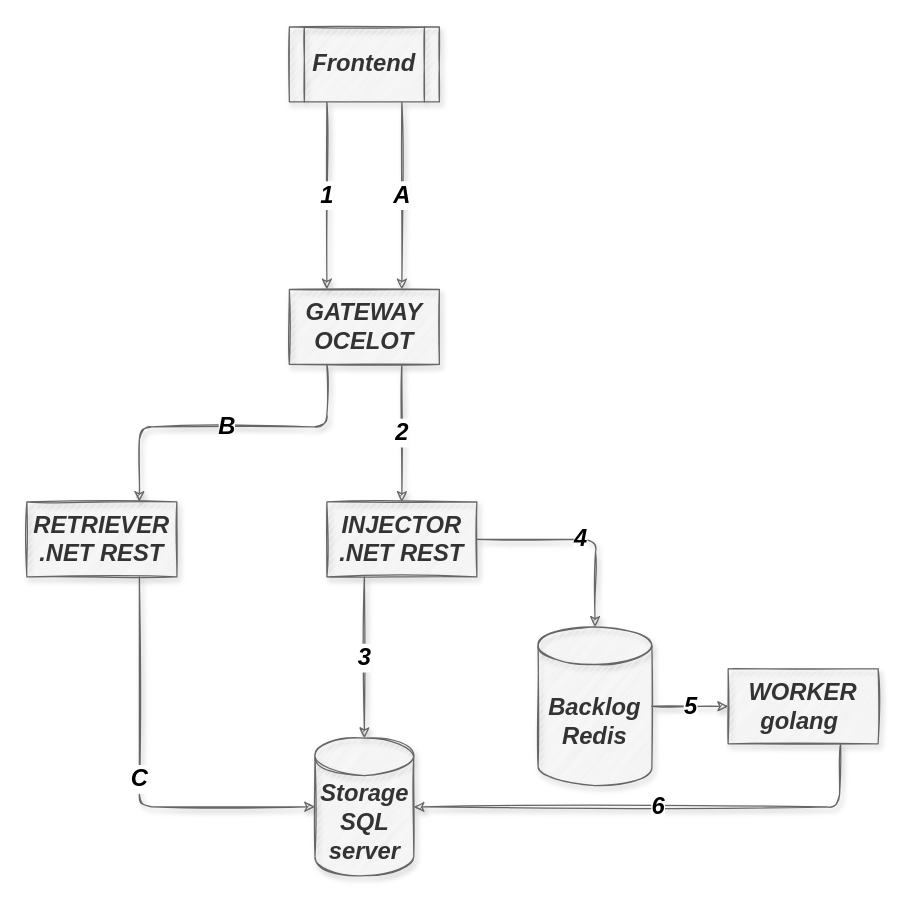
Earlier version of the draw.io diagram Architecture.drawio (mes1234/Organizer). Source tidied: cells renumbered, new cells numbered last; positions are measured from the earlier drawing's top-left corner, leaving out a move shared by most shapes. Both pictures are drawn from the tidied source at 125%, with x=0, y=0 at pixel (26, 26).
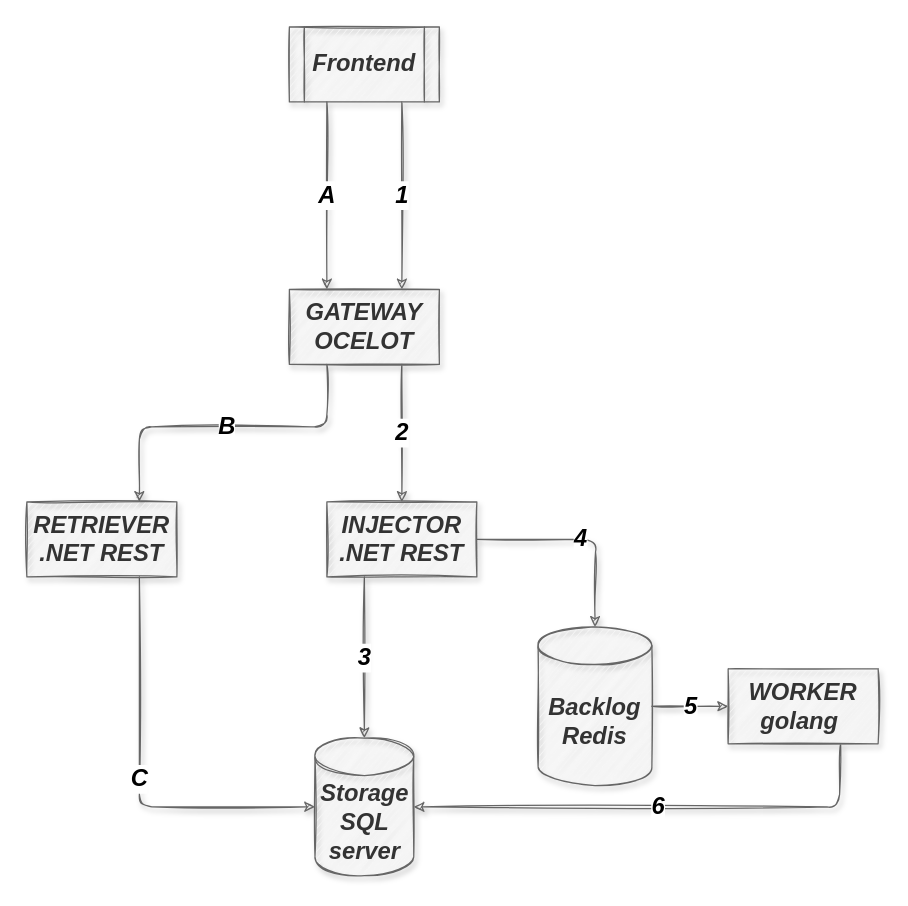
After the change.

Unchanged cells that the change refers to:
```xml
<mxCell id="4" value="Frontend" style="shape=process;whiteSpace=wrap;html=1;backgroundOutline=1;shadow=1;sketch=1;labelBackgroundColor=none;fontSize=19;fontColor=#333333;fillColor=#f5f5f5;strokeColor=#666666;fontStyle=3;" parent="1" vertex="1">
  <mxGeometry x="210" width="120" height="60" as="geometry" />
</mxCell>
<mxCell id="10" value="GATEWAY&lt;br&gt;OCELOT" style="rounded=0;whiteSpace=wrap;html=1;shadow=1;sketch=1;labelBackgroundColor=none;fontSize=19;fontColor=#333333;fillColor=#f5f5f5;strokeColor=#666666;fontStyle=3;" parent="1" vertex="1">
  <mxGeometry x="210" y="210" width="120" height="60" as="geometry" />
</mxCell>
```

The edit, as a diff of the source:
```diff
@@
-    <mxCell id="2" value="1" style="edgeStyle=none;html=1;exitX=0.25;exitY=1;exitDx=0;exitDy=0;entryX=0.25;entryY=0;entryDx=0;entryDy=0;shadow=1;sketch=1;fontSize=19;fontColor=#000000;fillColor=#f5f5f5;strokeColor=#666666;fontStyle=3;labelBackgroundColor=#FFFFFF;" parent="1" edge="1" source="4" target="10">
+    <mxCell id="2" value="A" style="edgeStyle=none;html=1;exitX=0.25;exitY=1;exitDx=0;exitDy=0;entryX=0.25;entryY=0;entryDx=0;entryDy=0;shadow=1;sketch=1;fontSize=19;fontColor=#000000;fillColor=#f5f5f5;strokeColor=#666666;fontStyle=3;labelBackgroundColor=#FFFFFF;" parent="1" edge="1" source="4" target="10">
       <mxGeometry relative="1" as="geometry" />
     </mxCell>
-    <mxCell id="3" value="A" style="edgeStyle=none;html=1;exitX=0.75;exitY=1;exitDx=0;exitDy=0;entryX=0.75;entryY=0;entryDx=0;entryDy=0;sketch=1;shadow=1;fontSize=19;fontColor=#000000;fillColor=#f5f5f5;strokeColor=#666666;fontStyle=3;labelBackgroundColor=#FFFFFF;" parent="1" edge="1" source="4" target="10">
+    <mxCell id="3" value="1" style="edgeStyle=none;html=1;exitX=0.75;exitY=1;exitDx=0;exitDy=0;entryX=0.75;entryY=0;entryDx=0;entryDy=0;sketch=1;shadow=1;fontSize=19;fontColor=#000000;fillColor=#f5f5f5;strokeColor=#666666;fontStyle=3;labelBackgroundColor=#FFFFFF;" parent="1" edge="1" source="4" target="10">
       <mxGeometry relative="1" as="geometry" />
     </mxCell>
```
